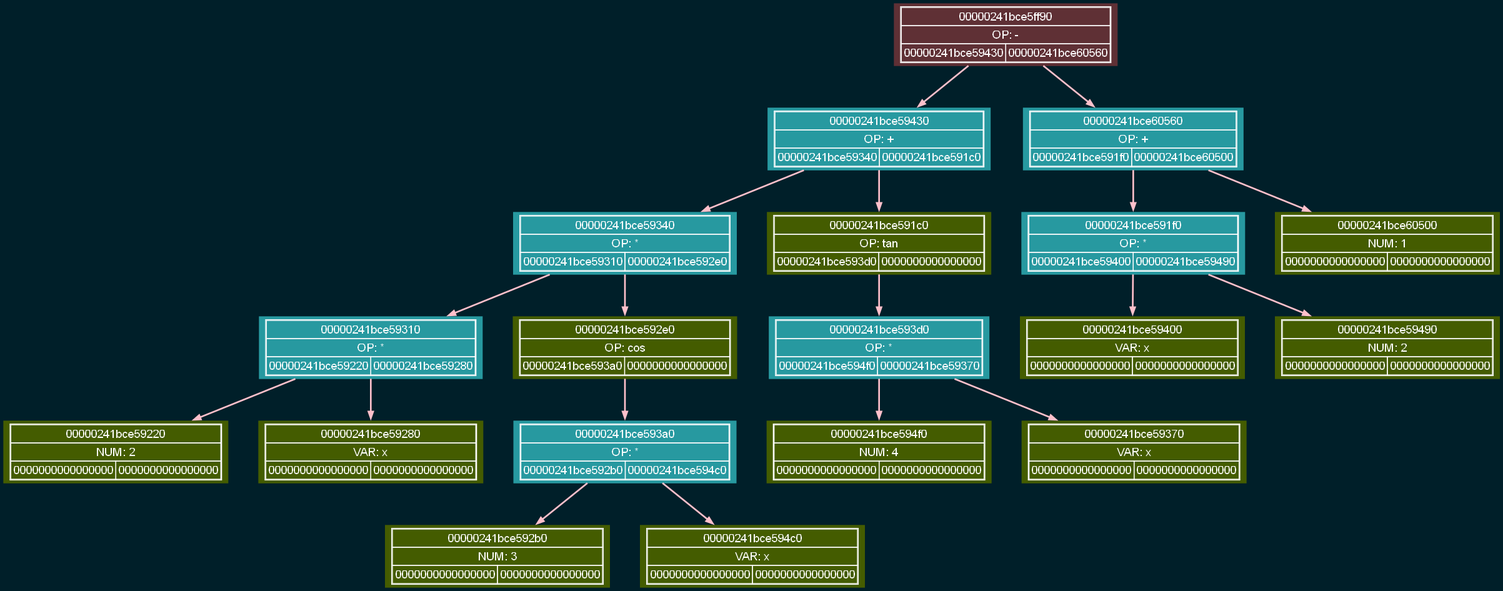
Before: original_tree.png, a diagram exported from Graphviz (hoDFDDF/Dirivator). Its source is kept beside it as original_tree.dot.
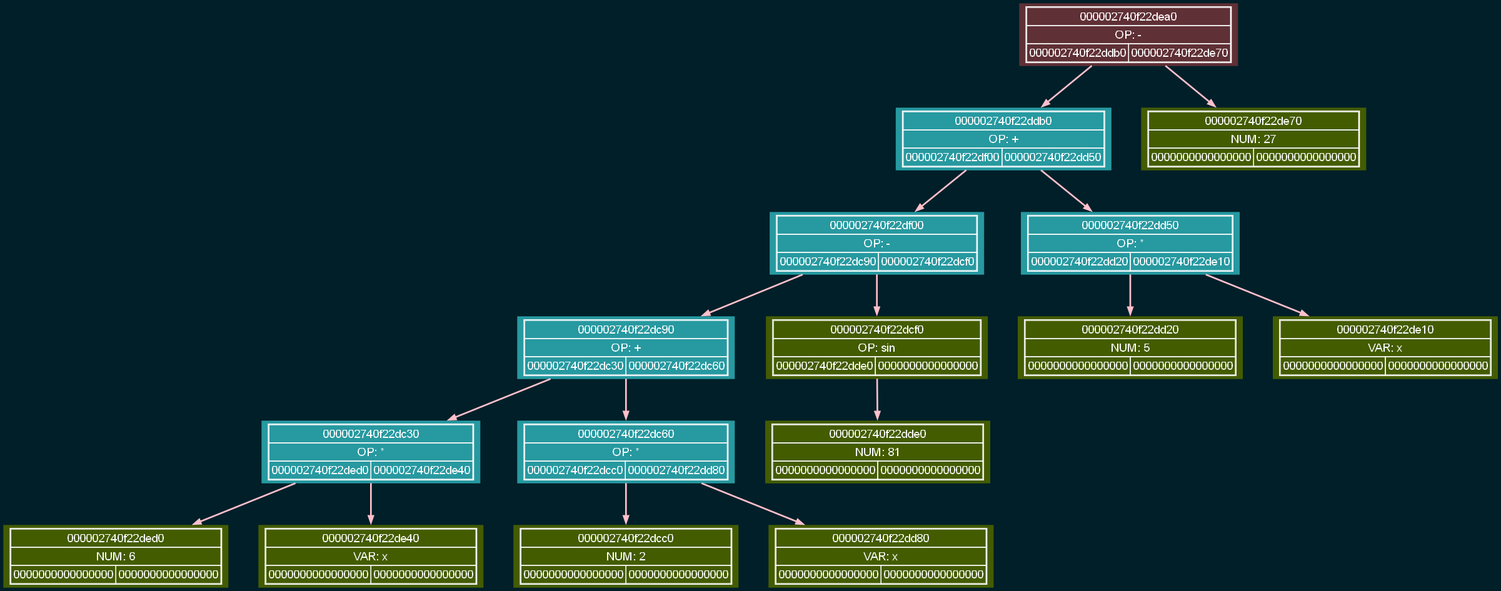
After the commit.

Diff of the diagram source:
```diff
@@ -8,41 +8,35 @@
     edge [fontname="Arial"];
 
     labelloc="t";
-    node00000241bce5ff90 [label=<<TABLE BORDER='1' CELLBORDER='1' CELLSPACING='0'><TR><TD COLSPAN='2'>00000241bce5ff90</TD></TR><TR><TD COLSPAN='2'>OP: -</TD></TR><TR><TD>00000241bce59430</TD><TD>00000241bce60560</TD></TR></TABLE>>, fillcolor="#5f3035", color="#fdfdfd", fontcolor="#fdfdfd"];
-    node00000241bce59430 [label=<<TABLE BORDER='1' CELLBORDER='1' CELLSPACING='0'><TR><TD COLSPAN='2'>00000241bce59430</TD></TR><TR><TD COLSPAN='2'>OP: +</TD></TR><TR><TD>00000241bce59340</TD><TD>00000241bce591c0</TD></TR></TABLE>>, fillcolor="#2799a0", color="#fdfdfd", fontcolor="#fdfdfd"];
-    node00000241bce59340 [label=<<TABLE BORDER='1' CELLBORDER='1' CELLSPACING='0'><TR><TD COLSPAN='2'>00000241bce59340</TD></TR><TR><TD COLSPAN='2'>OP: *</TD></TR><TR><TD>00000241bce59310</TD><TD>00000241bce592e0</TD></TR></TABLE>>, fillcolor="#2799a0", color="#fdfdfd", fontcolor="#fdfdfd"];
-    node00000241bce59310 [label=<<TABLE BORDER='1' CELLBORDER='1' CELLSPACING='0'><TR><TD COLSPAN='2'>00000241bce59310</TD></TR><TR><TD COLSPAN='2'>OP: *</TD></TR><TR><TD>00000241bce59220</TD><TD>00000241bce59280</TD></TR></TABLE>>, fillcolor="#2799a0", color="#fdfdfd", fontcolor="#fdfdfd"];
-    node00000241bce59220 [label=<<TABLE BORDER='1' CELLBORDER='1' CELLSPACING='0'><TR><TD COLSPAN='2'>00000241bce59220</TD></TR><TR><TD COLSPAN='2'>NUM: 2</TD></TR><TR><TD>0000000000000000</TD><TD>0000000000000000</TD></TR></TABLE>>, fillcolor="#445c00", color="#fdfdfd", fontcolor="#fdfdfd"];
-    node00000241bce59280 [label=<<TABLE BORDER='1' CELLBORDER='1' CELLSPACING='0'><TR><TD COLSPAN='2'>00000241bce59280</TD></TR><TR><TD COLSPAN='2'>VAR: x</TD></TR><TR><TD>0000000000000000</TD><TD>0000000000000000</TD></TR></TABLE>>, fillcolor="#445c00", color="#fdfdfd", fontcolor="#fdfdfd"];
-    node00000241bce592e0 [label=<<TABLE BORDER='1' CELLBORDER='1' CELLSPACING='0'><TR><TD COLSPAN='2'>00000241bce592e0</TD></TR><TR><TD COLSPAN='2'>OP: cos</TD></TR><TR><TD>00000241bce593a0</TD><TD>0000000000000000</TD></TR></TABLE>>, fillcolor="#445c00", color="#fdfdfd", fontcolor="#fdfdfd"];
-    node00000241bce593a0 [label=<<TABLE BORDER='1' CELLBORDER='1' CELLSPACING='0'><TR><TD COLSPAN='2'>00000241bce593a0</TD></TR><TR><TD COLSPAN='2'>OP: *</TD></TR><TR><TD>00000241bce592b0</TD><TD>00000241bce594c0</TD></TR></TABLE>>, fillcolor="#2799a0", color="#fdfdfd", fontcolor="#fdfdfd"];
-    node00000241bce592b0 [label=<<TABLE BORDER='1' CELLBORDER='1' CELLSPACING='0'><TR><TD COLSPAN='2'>00000241bce592b0</TD></TR><TR><TD COLSPAN='2'>NUM: 3</TD></TR><TR><TD>0000000000000000</TD><TD>0000000000000000</TD></TR></TABLE>>, fillcolor="#445c00", color="#fdfdfd", fontcolor="#fdfdfd"];
-    node00000241bce594c0 [label=<<TABLE BORDER='1' CELLBORDER='1' CELLSPACING='0'><TR><TD COLSPAN='2'>00000241bce594c0</TD></TR><TR><TD COLSPAN='2'>VAR: x</TD></TR><TR><TD>0000000000000000</TD><TD>0000000000000000</TD></TR></TABLE>>, fillcolor="#445c00", color="#fdfdfd", fontcolor="#fdfdfd"];
-    node00000241bce591c0 [label=<<TABLE BORDER='1' CELLBORDER='1' CELLSPACING='0'><TR><TD COLSPAN='2'>00000241bce591c0</TD></TR><TR><TD COLSPAN='2'>OP: tan</TD></TR><TR><TD>00000241bce593d0</TD><TD>0000000000000000</TD></TR></TABLE>>, fillcolor="#445c00", color="#fdfdfd", fontcolor="#fdfdfd"];
-    node00000241bce593d0 [label=<<TABLE BORDER='1' CELLBORDER='1' CELLSPACING='0'><TR><TD COLSPAN='2'>00000241bce593d0</TD></TR><TR><TD COLSPAN='2'>OP: *</TD></TR><TR><TD>00000241bce594f0</TD><TD>00000241bce59370</TD></TR></TABLE>>, fillcolor="#2799a0", color="#fdfdfd", fontcolor="#fdfdfd"];
-    node00000241bce594f0 [label=<<TABLE BORDER='1' CELLBORDER='1' CELLSPACING='0'><TR><TD COLSPAN='2'>00000241bce594f0</TD></TR><TR><TD COLSPAN='2'>NUM: 4</TD></TR><TR><TD>0000000000000000</TD><TD>0000000000000000</TD></TR></TABLE>>, fillcolor="#445c00", color="#fdfdfd", fontcolor="#fdfdfd"];
-    node00000241bce59370 [label=<<TABLE BORDER='1' CELLBORDER='1' CELLSPACING='0'><TR><TD COLSPAN='2'>00000241bce59370</TD></TR><TR><TD COLSPAN='2'>VAR: x</TD></TR><TR><TD>0000000000000000</TD><TD>0000000000000000</TD></TR></TABLE>>, fillcolor="#445c00", color="#fdfdfd", fontcolor="#fdfdfd"];
-    node00000241bce60560 [label=<<TABLE BORDER='1' CELLBORDER='1' CELLSPACING='0'><TR><TD COLSPAN='2'>00000241bce60560</TD></TR><TR><TD COLSPAN='2'>OP: +</TD></TR><TR><TD>00000241bce591f0</TD><TD>00000241bce60500</TD></TR></TABLE>>, fillcolor="#2799a0", color="#fdfdfd", fontcolor="#fdfdfd"];
-    node00000241bce591f0 [label=<<TABLE BORDER='1' CELLBORDER='1' CELLSPACING='0'><TR><TD COLSPAN='2'>00000241bce591f0</TD></TR><TR><TD COLSPAN='2'>OP: *</TD></TR><TR><TD>00000241bce59400</TD><TD>00000241bce59490</TD></TR></TABLE>>, fillcolor="#2799a0", color="#fdfdfd", fontcolor="#fdfdfd"];
-    node00000241bce59400 [label=<<TABLE BORDER='1' CELLBORDER='1' CELLSPACING='0'><TR><TD COLSPAN='2'>00000241bce59400</TD></TR><TR><TD COLSPAN='2'>VAR: x</TD></TR><TR><TD>0000000000000000</TD><TD>0000000000000000</TD></TR></TABLE>>, fillcolor="#445c00", color="#fdfdfd", fontcolor="#fdfdfd"];
-    node00000241bce59490 [label=<<TABLE BORDER='1' CELLBORDER='1' CELLSPACING='0'><TR><TD COLSPAN='2'>00000241bce59490</TD></TR><TR><TD COLSPAN='2'>NUM: 2</TD></TR><TR><TD>0000000000000000</TD><TD>0000000000000000</TD></TR></TABLE>>, fillcolor="#445c00", color="#fdfdfd", fontcolor="#fdfdfd"];
-    node00000241bce60500 [label=<<TABLE BORDER='1' CELLBORDER='1' CELLSPACING='0'><TR><TD COLSPAN='2'>00000241bce60500</TD></TR><TR><TD COLSPAN='2'>NUM: 1</TD></TR><TR><TD>0000000000000000</TD><TD>0000000000000000</TD></TR></TABLE>>, fillcolor="#445c00", color="#fdfdfd", fontcolor="#fdfdfd"];
-    node00000241bce5ff90 -> node00000241bce59430 [color="pink", penwidth=2, fontcolor="pink", fontsize=12, arrowsize=0.8];
-    node00000241bce5ff90 -> node00000241bce60560 [color="pink", penwidth=2, fontcolor="pink", fontsize=12, arrowsize=0.8];
-    node00000241bce59430 -> node00000241bce59340 [color="pink", penwidth=2, fontcolor="pink", fontsize=12, arrowsize=0.8];
-    node00000241bce59430 -> node00000241bce591c0 [color="pink", penwidth=2, fontcolor="pink", fontsize=12, arrowsize=0.8];
-    node00000241bce59340 -> node00000241bce59310 [color="pink", penwidth=2, fontcolor="pink", fontsize=12, arrowsize=0.8];
-    node00000241bce59340 -> node00000241bce592e0 [color="pink", penwidth=2, fontcolor="pink", fontsize=12, arrowsize=0.8];
-    node00000241bce59310 -> node00000241bce59220 [color="pink", penwidth=2, fontcolor="pink", fontsize=12, arrowsize=0.8];
-    node00000241bce59310 -> node00000241bce59280 [color="pink", penwidth=2, fontcolor="pink", fontsize=12, arrowsize=0.8];
-    node00000241bce592e0 -> node00000241bce593a0 [color="pink", penwidth=2, fontcolor="pink", fontsize=12, arrowsize=0.8];
-    node00000241bce593a0 -> node00000241bce592b0 [color="pink", penwidth=2, fontcolor="pink", fontsize=12, arrowsize=0.8];
-    node00000241bce593a0 -> node00000241bce594c0 [color="pink", penwidth=2, fontcolor="pink", fontsize=12, arrowsize=0.8];
-    node00000241bce591c0 -> node00000241bce593d0 [color="pink", penwidth=2, fontcolor="pink", fontsize=12, arrowsize=0.8];
-    node00000241bce593d0 -> node00000241bce594f0 [color="pink", penwidth=2, fontcolor="pink", fontsize=12, arrowsize=0.8];
-    node00000241bce593d0 -> node00000241bce59370 [color="pink", penwidth=2, fontcolor="pink", fontsize=12, arrowsize=0.8];
-    node00000241bce60560 -> node00000241bce591f0 [color="pink", penwidth=2, fontcolor="pink", fontsize=12, arrowsize=0.8];
-    node00000241bce60560 -> node00000241bce60500 [color="pink", penwidth=2, fontcolor="pink", fontsize=12, arrowsize=0.8];
-    node00000241bce591f0 -> node00000241bce59400 [color="pink", penwidth=2, fontcolor="pink", fontsize=12, arrowsize=0.8];
-    node00000241bce591f0 -> node00000241bce59490 [color="pink", penwidth=2, fontcolor="pink", fontsize=12, arrowsize=0.8];
+    node000002740f22dea0 [label=<<TABLE BORDER='1' CELLBORDER='1' CELLSPACING='0'><TR><TD COLSPAN='2'>000002740f22dea0</TD></TR><TR><TD COLSPAN='2'>OP: -</TD></TR><TR><TD>000002740f22ddb0</TD><TD>000002740f22de70</TD></TR></TABLE>>, fillcolor="#5f3035", color="#fdfdfd", fontcolor="#fdfdfd"];
+    node000002740f22ddb0 [label=<<TABLE BORDER='1' CELLBORDER='1' CELLSPACING='0'><TR><TD COLSPAN='2'>000002740f22ddb0</TD></TR><TR><TD COLSPAN='2'>OP: +</TD></TR><TR><TD>000002740f22df00</TD><TD>000002740f22dd50</TD></TR></TABLE>>, fillcolor="#2799a0", color="#fdfdfd", fontcolor="#fdfdfd"];
+    node000002740f22df00 [label=<<TABLE BORDER='1' CELLBORDER='1' CELLSPACING='0'><TR><TD COLSPAN='2'>000002740f22df00</TD></TR><TR><TD COLSPAN='2'>OP: -</TD></TR><TR><TD>000002740f22dc90</TD><TD>000002740f22dcf0</TD></TR></TABLE>>, fillcolor="#2799a0", color="#fdfdfd", fontcolor="#fdfdfd"];
+    node000002740f22dc90 [label=<<TABLE BORDER='1' CELLBORDER='1' CELLSPACING='0'><TR><TD COLSPAN='2'>000002740f22dc90</TD></TR><TR><TD COLSPAN='2'>OP: +</TD></TR><TR><TD>000002740f22dc30</TD><TD>000002740f22dc60</TD></TR></TABLE>>, fillcolor="#2799a0", color="#fdfdfd", fontcolor="#fdfdfd"];
+    node000002740f22dc30 [label=<<TABLE BORDER='1' CELLBORDER='1' CELLSPACING='0'><TR><TD COLSPAN='2'>000002740f22dc30</TD></TR><TR><TD COLSPAN='2'>OP: *</TD></TR><TR><TD>000002740f22ded0</TD><TD>000002740f22de40</TD></TR></TABLE>>, fillcolor="#2799a0", color="#fdfdfd", fontcolor="#fdfdfd"];
+    node000002740f22ded0 [label=<<TABLE BORDER='1' CELLBORDER='1' CELLSPACING='0'><TR><TD COLSPAN='2'>000002740f22ded0</TD></TR><TR><TD COLSPAN='2'>NUM: 6</TD></TR><TR><TD>0000000000000000</TD><TD>0000000000000000</TD></TR></TABLE>>, fillcolor="#445c00", color="#fdfdfd", fontcolor="#fdfdfd"];
+    node000002740f22de40 [label=<<TABLE BORDER='1' CELLBORDER='1' CELLSPACING='0'><TR><TD COLSPAN='2'>000002740f22de40</TD></TR><TR><TD COLSPAN='2'>VAR: x</TD></TR><TR><TD>0000000000000000</TD><TD>0000000000000000</TD></TR></TABLE>>, fillcolor="#445c00", color="#fdfdfd", fontcolor="#fdfdfd"];
+    node000002740f22dc60 [label=<<TABLE BORDER='1' CELLBORDER='1' CELLSPACING='0'><TR><TD COLSPAN='2'>000002740f22dc60</TD></TR><TR><TD COLSPAN='2'>OP: *</TD></TR><TR><TD>000002740f22dcc0</TD><TD>000002740f22dd80</TD></TR></TABLE>>, fillcolor="#2799a0", color="#fdfdfd", fontcolor="#fdfdfd"];
+    node000002740f22dcc0 [label=<<TABLE BORDER='1' CELLBORDER='1' CELLSPACING='0'><TR><TD COLSPAN='2'>000002740f22dcc0</TD></TR><TR><TD COLSPAN='2'>NUM: 2</TD></TR><TR><TD>0000000000000000</TD><TD>0000000000000000</TD></TR></TABLE>>, fillcolor="#445c00", color="#fdfdfd", fontcolor="#fdfdfd"];
+    node000002740f22dd80 [label=<<TABLE BORDER='1' CELLBORDER='1' CELLSPACING='0'><TR><TD COLSPAN='2'>000002740f22dd80</TD></TR><TR><TD COLSPAN='2'>VAR: x</TD></TR><TR><TD>0000000000000000</TD><TD>0000000000000000</TD></TR></TABLE>>, fillcolor="#445c00", color="#fdfdfd", fontcolor="#fdfdfd"];
+    node000002740f22dcf0 [label=<<TABLE BORDER='1' CELLBORDER='1' CELLSPACING='0'><TR><TD COLSPAN='2'>000002740f22dcf0</TD></TR><TR><TD COLSPAN='2'>OP: sin</TD></TR><TR><TD>000002740f22dde0</TD><TD>0000000000000000</TD></TR></TABLE>>, fillcolor="#445c00", color="#fdfdfd", fontcolor="#fdfdfd"];
+    node000002740f22dde0 [label=<<TABLE BORDER='1' CELLBORDER='1' CELLSPACING='0'><TR><TD COLSPAN='2'>000002740f22dde0</TD></TR><TR><TD COLSPAN='2'>NUM: 81</TD></TR><TR><TD>0000000000000000</TD><TD>0000000000000000</TD></TR></TABLE>>, fillcolor="#445c00", color="#fdfdfd", fontcolor="#fdfdfd"];
+    node000002740f22dd50 [label=<<TABLE BORDER='1' CELLBORDER='1' CELLSPACING='0'><TR><TD COLSPAN='2'>000002740f22dd50</TD></TR><TR><TD COLSPAN='2'>OP: *</TD></TR><TR><TD>000002740f22dd20</TD><TD>000002740f22de10</TD></TR></TABLE>>, fillcolor="#2799a0", color="#fdfdfd", fontcolor="#fdfdfd"];
+    node000002740f22dd20 [label=<<TABLE BORDER='1' CELLBORDER='1' CELLSPACING='0'><TR><TD COLSPAN='2'>000002740f22dd20</TD></TR><TR><TD COLSPAN='2'>NUM: 5</TD></TR><TR><TD>0000000000000000</TD><TD>0000000000000000</TD></TR></TABLE>>, fillcolor="#445c00", color="#fdfdfd", fontcolor="#fdfdfd"];
+    node000002740f22de10 [label=<<TABLE BORDER='1' CELLBORDER='1' CELLSPACING='0'><TR><TD COLSPAN='2'>000002740f22de10</TD></TR><TR><TD COLSPAN='2'>VAR: x</TD></TR><TR><TD>0000000000000000</TD><TD>0000000000000000</TD></TR></TABLE>>, fillcolor="#445c00", color="#fdfdfd", fontcolor="#fdfdfd"];
+    node000002740f22de70 [label=<<TABLE BORDER='1' CELLBORDER='1' CELLSPACING='0'><TR><TD COLSPAN='2'>000002740f22de70</TD></TR><TR><TD COLSPAN='2'>NUM: 27</TD></TR><TR><TD>0000000000000000</TD><TD>0000000000000000</TD></TR></TABLE>>, fillcolor="#445c00", color="#fdfdfd", fontcolor="#fdfdfd"];
+    node000002740f22dea0 -> node000002740f22ddb0 [color="pink", penwidth=2, fontcolor="pink", fontsize=12, arrowsize=0.8];
+    node000002740f22dea0 -> node000002740f22de70 [color="pink", penwidth=2, fontcolor="pink", fontsize=12, arrowsize=0.8];
+    node000002740f22ddb0 -> node000002740f22df00 [color="pink", penwidth=2, fontcolor="pink", fontsize=12, arrowsize=0.8];
+    node000002740f22ddb0 -> node000002740f22dd50 [color="pink", penwidth=2, fontcolor="pink", fontsize=12, arrowsize=0.8];
+    node000002740f22df00 -> node000002740f22dc90 [color="pink", penwidth=2, fontcolor="pink", fontsize=12, arrowsize=0.8];
+    node000002740f22df00 -> node000002740f22dcf0 [color="pink", penwidth=2, fontcolor="pink", fontsize=12, arrowsize=0.8];
+    node000002740f22dc90 -> node000002740f22dc30 [color="pink", penwidth=2, fontcolor="pink", fontsize=12, arrowsize=0.8];
+    node000002740f22dc90 -> node000002740f22dc60 [color="pink", penwidth=2, fontcolor="pink", fontsize=12, arrowsize=0.8];
+    node000002740f22dc30 -> node000002740f22ded0 [color="pink", penwidth=2, fontcolor="pink", fontsize=12, arrowsize=0.8];
+    node000002740f22dc30 -> node000002740f22de40 [color="pink", penwidth=2, fontcolor="pink", fontsize=12, arrowsize=0.8];
+    node000002740f22dc60 -> node000002740f22dcc0 [color="pink", penwidth=2, fontcolor="pink", fontsize=12, arrowsize=0.8];
+    node000002740f22dc60 -> node000002740f22dd80 [color="pink", penwidth=2, fontcolor="pink", fontsize=12, arrowsize=0.8];
+    node000002740f22dcf0 -> node000002740f22dde0 [color="pink", penwidth=2, fontcolor="pink", fontsize=12, arrowsize=0.8];
+    node000002740f22dd50 -> node000002740f22dd20 [color="pink", penwidth=2, fontcolor="pink", fontsize=12, arrowsize=0.8];
+    node000002740f22dd50 -> node000002740f22de10 [color="pink", penwidth=2, fontcolor="pink", fontsize=12, arrowsize=0.8];
 }
```
